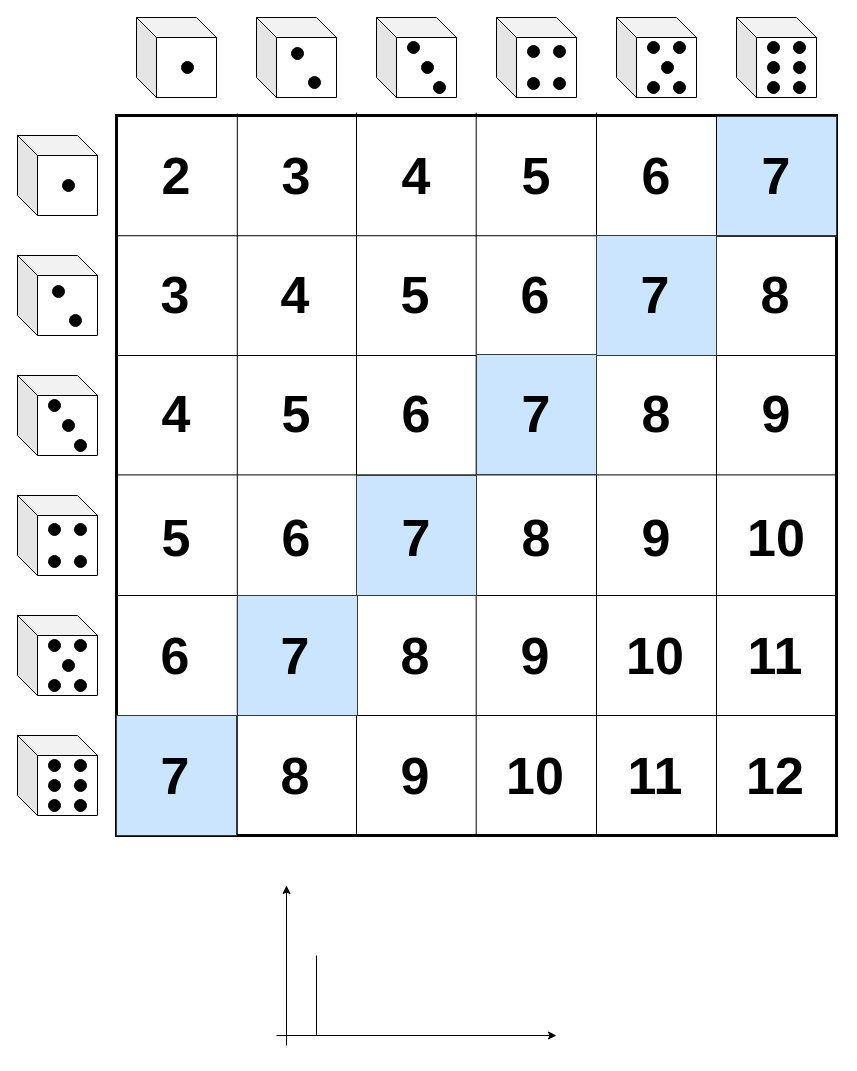
Earlier version of the draw.io diagram slides/figs/drawio/DoubleDiceSeven.drawio (StatisticsSU/SDA1). Source tidied: cells renumbered, new cells numbered last; positions are measured from the earlier drawing's top-left corner, leaving out a move shared by most shapes. Both pictures are drawn from the tidied source at 100%, with x=0, y=0 at pixel (17, 17).
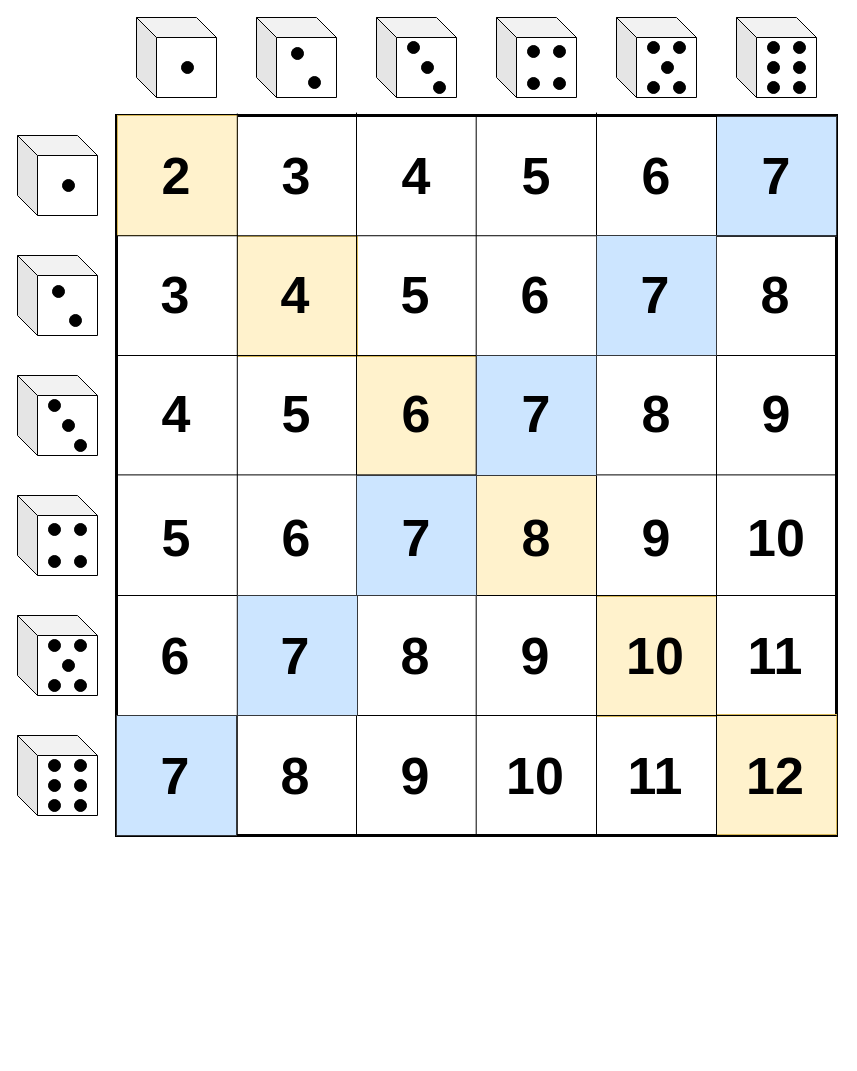
The same diagram, later.

What changed in the source:
```diff
@@
+    <mxCell id="112" style="rounded=0;whiteSpace=wrap;html=1;fontSize=52;fillColor=#fff2cc;strokeColor=#d6b656;" parent="1" vertex="1">
+      <mxGeometry x="699" y="697" width="120" height="120" as="geometry" />
+    </mxCell>
+    <mxCell id="113" style="rounded=0;whiteSpace=wrap;html=1;fontSize=52;fillColor=#fff2cc;strokeColor=#d6b656;" parent="1" vertex="1">
+      <mxGeometry x="579" y="579" width="120" height="120" as="geometry" />
+    </mxCell>
+    <mxCell id="114" style="rounded=0;whiteSpace=wrap;html=1;fontSize=52;fillColor=#fff2cc;strokeColor=#d6b656;" parent="1" vertex="1">
+      <mxGeometry x="459" y="458" width="120" height="120" as="geometry" />
+    </mxCell>
+    <mxCell id="115" style="rounded=0;whiteSpace=wrap;html=1;fontSize=52;fillColor=#fff2cc;strokeColor=#d6b656;" parent="1" vertex="1">
+      <mxGeometry x="339" y="339" width="120" height="120" as="geometry" />
+    </mxCell>
+    <mxCell id="116" style="rounded=0;whiteSpace=wrap;html=1;fontSize=52;fillColor=#fff2cc;strokeColor=#d6b656;" parent="1" vertex="1">
+      <mxGeometry x="220" y="219" width="120" height="120" as="geometry" />
+    </mxCell>
+    <mxCell id="117" style="rounded=0;whiteSpace=wrap;html=1;fontSize=52;fillColor=#fff2cc;strokeColor=#d6b656;" parent="1" vertex="1">
+      <mxGeometry x="100" y="98" width="120" height="120" as="geometry" />
+    </mxCell>
@@
     <mxCell id="29" style="endArrow=none;html=1;rounded=0;exitX=0.172;exitY=0;exitDx=0;exitDy=0;exitPerimeter=0;entryX=0.172;entryY=1.004;entryDx=0;entryDy=0;entryPerimeter=0;" parent="1" edge="1">
       <mxGeometry relative="1" as="geometry">
-        <mxPoint x="458.7" y="95.1" as="sourcePoint" />
+        <mxPoint x="458.7" y="98" as="sourcePoint" />
         <mxPoint x="458.7" y="818" as="targetPoint" />
       </mxGeometry>
     </mxCell>
@@
     <mxCell id="83" style="rounded=0;whiteSpace=wrap;html=1;fontSize=52;fillColor=#cce5ff;strokeColor=#36393d;" parent="1" vertex="1">
-      <mxGeometry x="459" y="337" width="120" height="120" as="geometry" />
+      <mxGeometry x="459" y="338" width="120" height="120" as="geometry" />
     </mxCell>
@@
-    <mxCell id="109" style="endArrow=classic;html=1;rounded=0;" parent="1" edge="1">
-      <mxGeometry relative="1" as="geometry">
-        <mxPoint x="259" y="1018" as="sourcePoint" />
-        <mxPoint x="539" y="1018" as="targetPoint" />
-      </mxGeometry>
-    </mxCell>
-    <mxCell id="110" style="endArrow=classic;html=1;rounded=0;" parent="1" edge="1">
-      <mxGeometry relative="1" as="geometry">
-        <mxPoint x="269" y="1028" as="sourcePoint" />
-        <mxPoint x="269" y="868" as="targetPoint" />
-      </mxGeometry>
-    </mxCell>
-    <mxCell id="111" style="endArrow=none;html=1;rounded=0;" parent="1" edge="1">
-      <mxGeometry relative="1" as="geometry">
-        <mxPoint x="299" y="1018" as="sourcePoint" />
-        <mxPoint x="299" y="938" as="targetPoint" />
-      </mxGeometry>
-    </mxCell>
```
